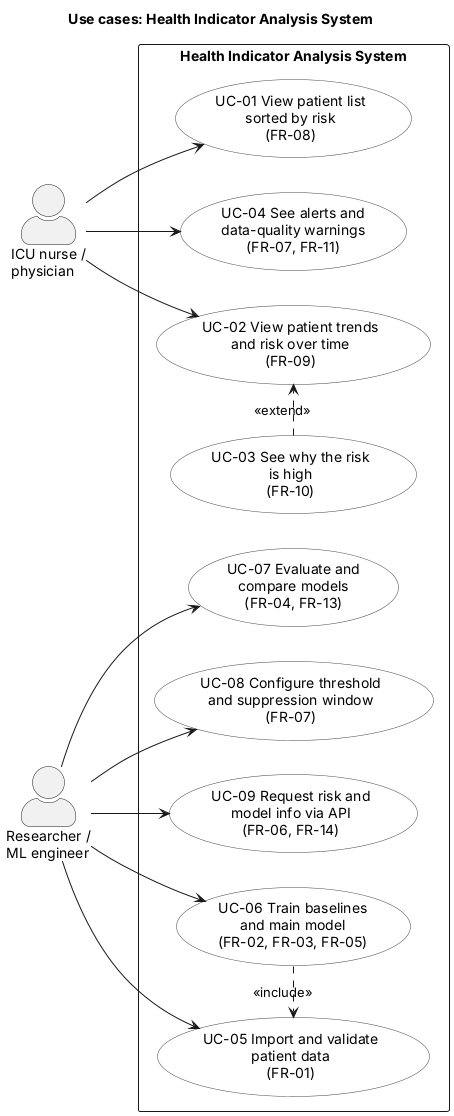
Earlier version of the PlantUML export diagrams/export/use-case.png (MarioAman07/health-indicator-analysis-system).
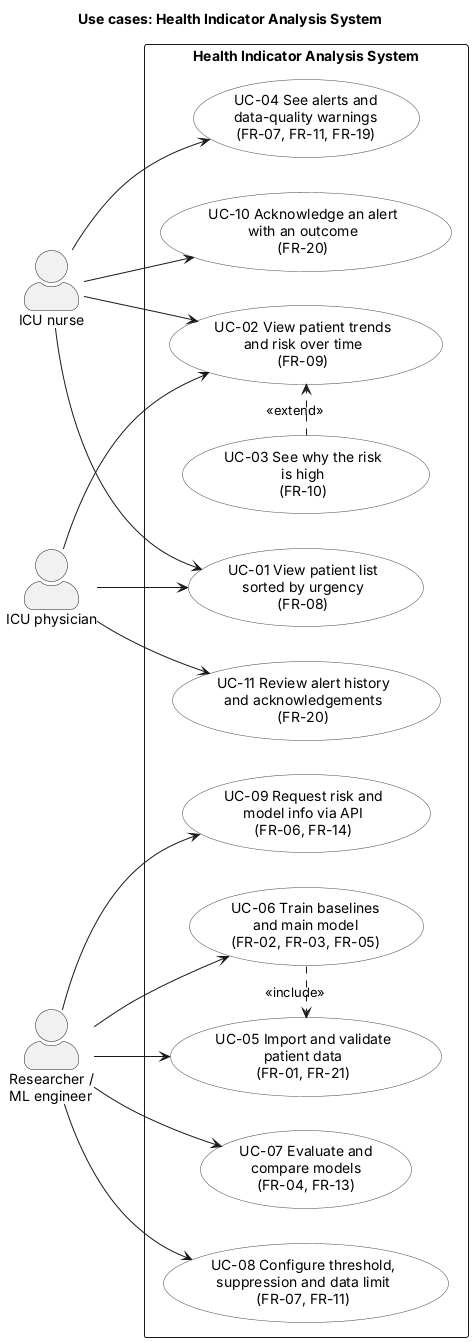
The same diagram one commit later.

Diff of the diagram source:
```diff
@@ -9,24 +9,31 @@
 
 title Use cases: Health Indicator Analysis System
 
-actor "ICU nurse /\nphysician" as Clinician
+actor "ICU nurse" as Nurse
+actor "ICU physician" as Physician
 actor "Researcher /\nML engineer" as Researcher
 
 rectangle "Health Indicator Analysis System" {
-  usecase "UC-01 View patient list\nsorted by risk\n(FR-08)" as UC1
+  usecase "UC-01 View patient list\nsorted by urgency\n(FR-08)" as UC1
   usecase "UC-02 View patient trends\nand risk over time\n(FR-09)" as UC2
   usecase "UC-03 See why the risk\nis high\n(FR-10)" as UC3
-  usecase "UC-04 See alerts and\ndata-quality warnings\n(FR-07, FR-11)" as UC4
-  usecase "UC-05 Import and validate\npatient data\n(FR-01)" as UC5
+  usecase "UC-04 See alerts and\ndata-quality warnings\n(FR-07, FR-11, FR-19)" as UC4
+  usecase "UC-10 Acknowledge an alert\nwith an outcome\n(FR-20)" as UC10
+  usecase "UC-11 Review alert history\nand acknowledgements\n(FR-20)" as UC11
+  usecase "UC-05 Import and validate\npatient data\n(FR-01, FR-21)" as UC5
   usecase "UC-06 Train baselines\nand main model\n(FR-02, FR-03, FR-05)" as UC6
   usecase "UC-07 Evaluate and\ncompare models\n(FR-04, FR-13)" as UC7
-  usecase "UC-08 Configure threshold\nand suppression window\n(FR-07)" as UC8
+  usecase "UC-08 Configure threshold,\nsuppression and data limit\n(FR-07, FR-11)" as UC8
   usecase "UC-09 Request risk and\nmodel info via API\n(FR-06, FR-14)" as UC9
 }
 
-Clinician --> UC1
-Clinician --> UC2
-Clinician --> UC4
+Nurse --> UC1
+Nurse --> UC2
+Nurse --> UC4
+Nurse --> UC10
+Physician --> UC1
+Physician --> UC2
+Physician --> UC11
 Researcher --> UC5
 Researcher --> UC6
 Researcher --> UC7
```
